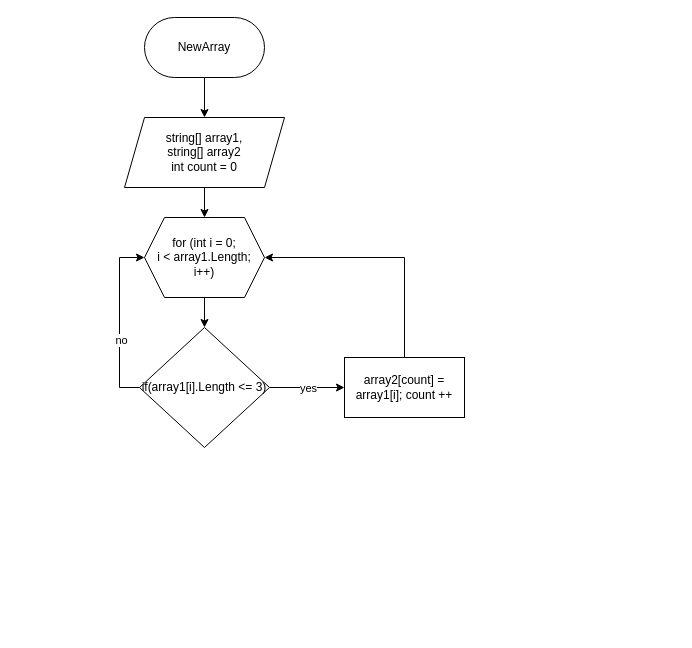
oppressor117/Final-Test keeps this draw.io diagram as page "Задание 1" (1 of 2) of Solution_Scheme.drawio. Above is the earlier version. Source tidied: cells renumbered, new cells numbered last; positions are measured from the earlier drawing's top-left corner, leaving out a move shared by most shapes. Both pictures are drawn from the tidied source at 100%, with x=0, y=0 at pixel (124, 17).
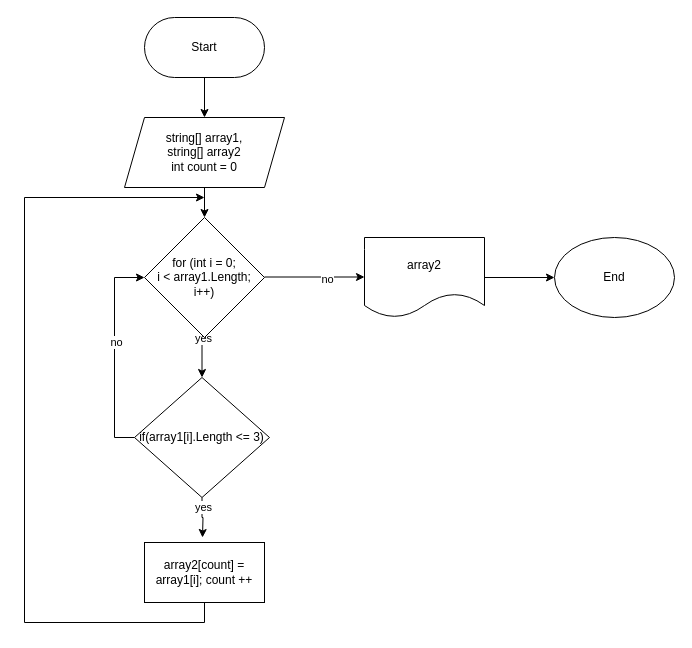
The same diagram, later.

Commit message:
solution scheme added

Unchanged cells that the change refers to:
```xml
<mxCell id="8" style="edgeStyle=orthogonalEdgeStyle;rounded=0;jettySize=auto;html=1;exitX=0;exitY=0.5;exitDx=0;exitDy=0;entryX=0;entryY=0.5;entryDx=0;entryDy=0;" parent="1" edge="1" source="12" target="7">
  <mxGeometry relative="1" as="geometry" />
</mxCell>
```

The edit, as a diff of the source:
```diff
@@
-    <mxCell id="3" value="NewArray" style="rounded=1;whiteSpace=wrap;html=1;arcSize=50;" parent="1" vertex="1">
+    <mxCell id="3" value="Start" style="rounded=1;whiteSpace=wrap;html=1;arcSize=50;" parent="1" vertex="1">
       <mxGeometry x="20" width="120" height="60" as="geometry" />
     </mxCell>
@@
-    <mxCell id="6" style="edgeStyle=orthogonalEdgeStyle;rounded=0;jettySize=auto;html=1;exitX=0.5;exitY=1;exitDx=0;exitDy=0;" parent="1" edge="1" source="7" target="12">
-      <mxGeometry relative="1" as="geometry" />
+    <mxCell id="6" value="yes" style="edgeStyle=orthogonalEdgeStyle;rounded=0;jettySize=auto;html=1;exitX=0.5;exitY=1;exitDx=0;exitDy=0;" parent="1" edge="1" target="12">
+      <mxGeometry relative="1" as="geometry">
+        <mxPoint x="80" y="280" as="sourcePoint" />
+      </mxGeometry>
     </mxCell>
-    <mxCell id="7" value="for (int i = 0;&lt;br&gt;i &amp;lt; array1.Length;&lt;br&gt;i++)" style="shape=hexagon;perimeter=hexagonPerimeter2;whiteSpace=wrap;html=1;fixedSize=1;" parent="1" vertex="1">
-      <mxGeometry x="20" y="200" width="120" height="80" as="geometry" />
-    </mxCell>
+    <mxCell id="15" style="edgeStyle=orthogonalEdgeStyle;rounded=0;jettySize=auto;html=1;exitX=1;exitY=0.5;exitDx=0;exitDy=0;" parent="1" edge="1" target="21">
+      <mxGeometry relative="1" as="geometry">
+        <mxPoint x="140" y="259.5" as="sourcePoint" />
+      </mxGeometry>
+    </mxCell>
+    <mxCell id="16" value="no" style="edgeLabel;html=1;align=center;verticalAlign=middle;" parent="15" vertex="1">
+      <mxGeometry x="0.24" y="-2" relative="1" as="geometry" />
+    </mxCell>
@@
-    <mxCell id="9" value="no" style="edgeLabel;html=1;align=center;verticalAlign=middle;" parent="8" vertex="1">
-      <mxGeometry x="-0.21" y="-1" relative="1" as="geometry">
-        <mxPoint y="1" as="offset" />
-      </mxGeometry>
-    </mxCell>
-    <mxCell id="10" style="edgeStyle=orthogonalEdgeStyle;rounded=0;jettySize=auto;html=1;exitX=1;exitY=0.5;exitDx=0;exitDy=0;" parent="1" edge="1" source="12" target="14">
-      <mxGeometry relative="1" as="geometry" />
-    </mxCell>
+    <mxCell id="17" value="no" style="edgeLabel;html=1;align=center;verticalAlign=middle;" parent="8" vertex="1">
+      <mxGeometry x="0.1" y="-1" relative="1" as="geometry" />
+    </mxCell>
+    <mxCell id="18" style="edgeStyle=orthogonalEdgeStyle;rounded=0;jettySize=auto;html=1;exitX=0.5;exitY=1;exitDx=0;exitDy=0;" parent="1" edge="1" source="12">
+      <mxGeometry relative="1" as="geometry">
+        <mxPoint x="78" y="520" as="targetPoint" />
+      </mxGeometry>
+    </mxCell>
-    <mxCell id="11" value="yes" style="edgeLabel;html=1;align=center;verticalAlign=middle;" parent="10" vertex="1">
-      <mxGeometry x="0.01" y="1" relative="1" as="geometry">
-        <mxPoint y="1" as="offset" />
-      </mxGeometry>
+    <mxCell id="11" value="yes" style="edgeLabel;html=1;align=center;verticalAlign=middle;" parent="18" vertex="1">
+      <mxGeometry x="-0.56" y="1" relative="1" as="geometry" />
     </mxCell>
     <mxCell id="12" value="if(array1[i].Length &amp;lt;= 3)" style="rhombus;whiteSpace=wrap;html=1;" parent="1" vertex="1">
-      <mxGeometry x="15" y="310" width="130" height="120" as="geometry" />
+      <mxGeometry x="10" y="360" width="135" height="120" as="geometry" />
     </mxCell>
-    <mxCell id="13" style="edgeStyle=orthogonalEdgeStyle;rounded=0;jettySize=auto;html=1;exitX=0.5;exitY=0;exitDx=0;exitDy=0;entryX=1;entryY=0.5;entryDx=0;entryDy=0;" parent="1" edge="1" source="14" target="7">
-      <mxGeometry relative="1" as="geometry" />
-    </mxCell>
+    <mxCell id="19" style="edgeStyle=orthogonalEdgeStyle;rounded=0;jettySize=auto;html=1;exitX=0.5;exitY=1;exitDx=0;exitDy=0;" parent="1" edge="1" source="14">
+      <mxGeometry relative="1" as="geometry">
+        <mxPoint x="80" y="180" as="targetPoint" />
+        <Array as="points">
+          <mxPoint x="80" y="605" />
+          <mxPoint x="-100" y="605" />
+          <mxPoint x="-100" y="180" />
+        </Array>
+      </mxGeometry>
+    </mxCell>
     <mxCell id="14" value="array2[count] = array1[i]; count ++" style="rounded=0;whiteSpace=wrap;html=1;" parent="1" vertex="1">
-      <mxGeometry x="220" y="340" width="120" height="60" as="geometry" />
+      <mxGeometry x="20" y="525" width="120" height="60" as="geometry" />
     </mxCell>
+    <mxCell id="7" value="for (int i = 0;&lt;br style=&quot;border-color: var(--border-color);&quot;&gt;i &amp;lt; array1.Length;&lt;br style=&quot;border-color: var(--border-color);&quot;&gt;i++)" style="rhombus;whiteSpace=wrap;html=1;" parent="1" vertex="1">
+      <mxGeometry x="20" y="200" width="120" height="120" as="geometry" />
+    </mxCell>
+    <mxCell id="20" style="edgeStyle=orthogonalEdgeStyle;rounded=0;jettySize=auto;html=1;exitX=1;exitY=0.5;exitDx=0;exitDy=0;" parent="1" edge="1" source="21" target="22">
+      <mxGeometry relative="1" as="geometry" />
+    </mxCell>
+    <mxCell id="21" value="array2" style="shape=document;whiteSpace=wrap;html=1;boundedLbl=1;" parent="1" vertex="1">
+      <mxGeometry x="240" y="220" width="120" height="80" as="geometry" />
+    </mxCell>
+    <mxCell id="22" value="End" style="ellipse;whiteSpace=wrap;html=1;" parent="1" vertex="1">
+      <mxGeometry x="430" y="220" width="120" height="80" as="geometry" />
+    </mxCell>
```
